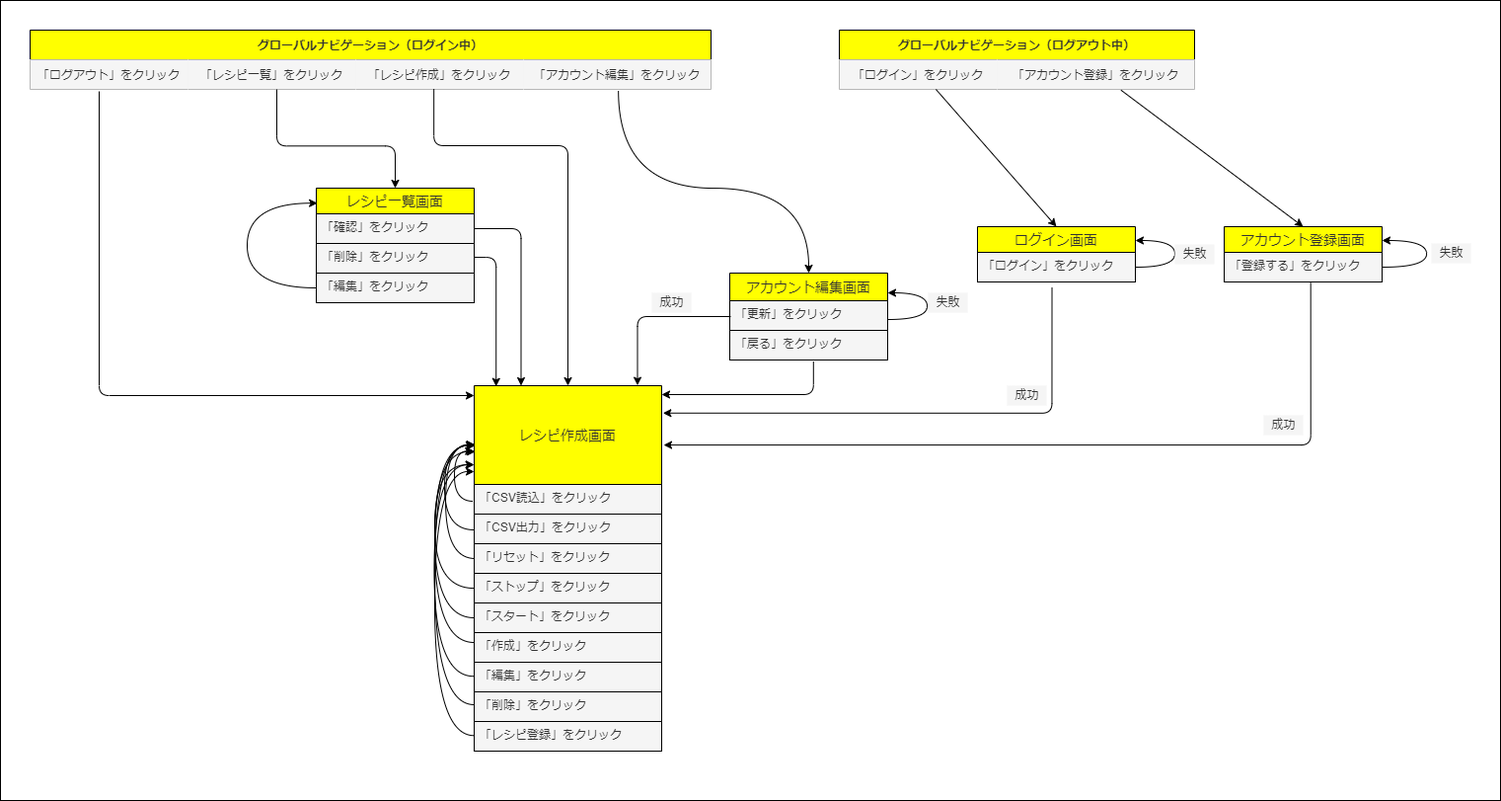
This is TimeCook_ScrTra.png from yoshihiro-kawabata/TimeCook_defenish, a draw.io export, as it was before one commit. Source tidied: cells renumbered, new cells last; positions are measured from the earlier drawing's top-left corner, leaving out a move shared by most shapes.
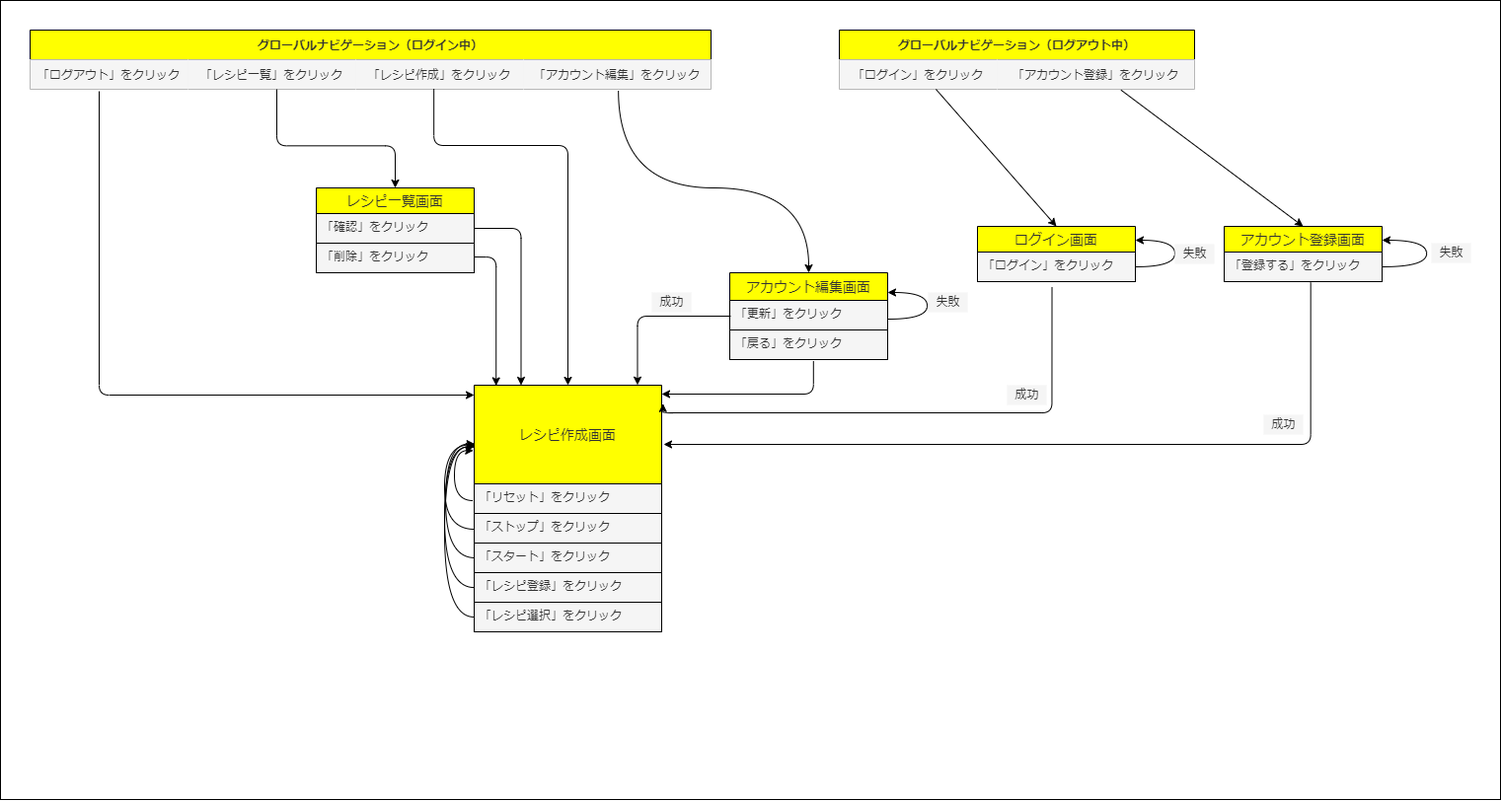
The same diagram one commit later.

Change to the diagram source:
```diff
@@ -6,16 +6,10 @@
       <mxGeometry width="1520" height="810" as="geometry" />
     </mxCell>
     <mxCell id="3" value="レシピ作成画面" style="swimlane;fontStyle=0;horizontal=1;startSize=100;align=center;fontSize=14;fontColor=#333333;fillColor=#FFFF00;strokeColor=#000000;" parent="1" vertex="1">
-      <mxGeometry x="480" y="390" width="190" height="370" as="geometry" />
+      <mxGeometry x="480" y="390" width="190" height="250" as="geometry" />
     </mxCell>
-    <mxCell id="4" value="「CSV読込」をクリック" style="text;strokeColor=#000000;fillColor=#f5f5f5;spacingLeft=4;spacingRight=4;overflow=hidden;fontSize=12;fontColor=#333333;" parent="3" vertex="1">
-      <mxGeometry y="100" width="190" height="30" as="geometry" />
-    </mxCell>
-    <mxCell id="5" value="「CSV出力」をクリック" style="text;strokeColor=#000000;fillColor=#f5f5f5;spacingLeft=4;spacingRight=4;overflow=hidden;fontSize=12;fontColor=#333333;" parent="3" vertex="1">
-      <mxGeometry y="130" width="190" height="30" as="geometry" />
-    </mxCell>
     <mxCell id="6" value="「リセット」をクリック" style="text;strokeColor=#000000;fillColor=#f5f5f5;spacingLeft=4;spacingRight=4;overflow=hidden;fontSize=12;fontColor=#333333;" parent="3" vertex="1">
-      <mxGeometry y="160" width="190" height="30" as="geometry" />
+      <mxGeometry y="100" width="190" height="30" as="geometry" />
     </mxCell>
     <mxCell id="7" style="edgeStyle=orthogonalEdgeStyle;elbow=vertical;endArrow=classic;html=1;fontSize=12;curved=1;fontColor=#000000;fillColor=#f5f5f5;strokeColor=#000000;entryX=-0.004;entryY=0.175;entryDx=0;entryDy=0;entryPerimeter=0;" parent="3" edge="1">
       <mxGeometry relative="1" as="geometry">
@@ -48,42 +42,25 @@
       </mxGeometry>
     </mxCell>
     <mxCell id="10" value="「ストップ」をクリック" style="text;strokeColor=#000000;fillColor=#f5f5f5;spacingLeft=4;spacingRight=4;overflow=hidden;fontSize=12;fontColor=#333333;" parent="3" vertex="1">
-      <mxGeometry y="190" width="190" height="30" as="geometry" />
+      <mxGeometry y="130" width="190" height="30" as="geometry" />
     </mxCell>
     <mxCell id="11" value="「スタート」をクリック" style="text;strokeColor=#000000;fillColor=#f5f5f5;spacingLeft=4;spacingRight=4;overflow=hidden;points=[[0,0.5],[1,0.5]];portConstraint=eastwest;fontSize=12;fontColor=#333333;" parent="3" vertex="1">
-      <mxGeometry y="220" width="190" height="30" as="geometry" />
+      <mxGeometry y="160" width="190" height="30" as="geometry" />
     </mxCell>
-    <mxCell id="12" value="「作成」をクリック" style="text;strokeColor=#000000;fillColor=#f5f5f5;spacingLeft=4;spacingRight=4;overflow=hidden;fontSize=12;fontColor=#333333;" parent="3" vertex="1">
-      <mxGeometry y="250" width="190" height="30" as="geometry" />
-    </mxCell>
-    <mxCell id="13" value="「編集」をクリック" style="text;strokeColor=#000000;fillColor=#f5f5f5;spacingLeft=4;spacingRight=4;overflow=hidden;fontSize=12;fontColor=#333333;" parent="3" vertex="1">
-      <mxGeometry y="280" width="190" height="30" as="geometry" />
-    </mxCell>
-    <mxCell id="14" value="「削除」をクリック" style="text;strokeColor=#000000;fillColor=#f5f5f5;spacingLeft=4;spacingRight=4;overflow=hidden;fontSize=12;fontColor=#333333;" parent="3" vertex="1">
-      <mxGeometry y="310" width="190" height="30" as="geometry" />
-    </mxCell>
-    <mxCell id="15" style="edgeStyle=orthogonalEdgeStyle;elbow=vertical;endArrow=classic;html=1;fontSize=12;curved=1;exitX=0;exitY=0.5;exitDx=0;exitDy=0;fontColor=#000000;fillColor=#f5f5f5;strokeColor=#000000;entryX=0;entryY=0.156;entryDx=0;entryDy=0;entryPerimeter=0;" parent="3" edge="1">
-      <mxGeometry relative="1" as="geometry">
-        <mxPoint y="323" as="sourcePoint" />
-        <mxPoint y="60.4" as="targetPoint" />
-        <Array as="points">
-          <mxPoint x="-40" y="323" />
-          <mxPoint x="-40" y="60" />
-        </Array>
-      </mxGeometry>
-    </mxCell>
     <mxCell id="16" value="「レシピ登録」をクリック" style="text;strokeColor=#000000;fillColor=#f5f5f5;spacingLeft=4;spacingRight=4;overflow=hidden;fontSize=12;fontColor=#333333;" parent="3" vertex="1">
-      <mxGeometry y="340" width="190" height="30" as="geometry" />
+      <mxGeometry y="190" width="190" height="30" as="geometry" />
     </mxCell>
-    <mxCell id="17" style="edgeStyle=orthogonalEdgeStyle;elbow=vertical;endArrow=classic;html=1;fontSize=12;curved=1;exitX=0;exitY=0.5;exitDx=0;exitDy=0;fontColor=#000000;fillColor=#f5f5f5;strokeColor=#000000;entryX=0.006;entryY=0.172;entryDx=0;entryDy=0;entryPerimeter=0;" parent="3" edge="1" source="11">
-      <mxGeometry relative="1" as="geometry">
-        <mxPoint x="1.1" y="66.8" as="targetPoint" />
-        <Array as="points">
-          <mxPoint x="-40" y="235" />
-          <mxPoint x="-40" y="67" />
-        </Array>
-      </mxGeometry>
+    <mxCell id="17" value="「レシピ選択」をクリック" style="text;strokeColor=#000000;fillColor=#f5f5f5;spacingLeft=4;spacingRight=4;overflow=hidden;points=[[0,0.5],[1,0.5]];portConstraint=eastwest;fontSize=12;fontColor=#333333;" parent="3" vertex="1">
+      <mxGeometry y="220" width="190" height="30" as="geometry" />
     </mxCell>
+    <mxCell id="65" style="edgeStyle=orthogonalEdgeStyle;elbow=vertical;endArrow=classic;html=1;fontSize=12;curved=1;exitX=0;exitY=0.5;exitDx=0;exitDy=0;fontColor=#000000;fillColor=#f5f5f5;strokeColor=#000000;entryX=0;entryY=0.25;entryDx=0;entryDy=0;" parent="3" edge="1" source="17" target="3">
+      <mxGeometry relative="1" as="geometry">
+        <Array as="points">
+          <mxPoint x="-30" y="235" />
+          <mxPoint x="-30" y="62" />
+        </Array>
+      </mxGeometry>
+    </mxCell>
     <mxCell id="18" value="グローバルナビゲーション（ログアウト中）" style="shape=table;startSize=30;rowLines=0;fontStyle=1;align=center;strokeColor=#000000;fontColor=#333333;fillColor=#FFFF00;" parent="1" vertex="1">
       <mxGeometry x="850" y="30" width="360" height="60" as="geometry" />
     </mxCell>
@@ -115,7 +92,7 @@
       <mxGeometry x="500" width="190" height="30" as="geometry" />
     </mxCell>
     <mxCell id="28" value="レシピ一覧画面" style="swimlane;fontStyle=0;horizontal=1;startSize=26;align=center;fontSize=14;fontColor=#333333;fillColor=#FFFF00;strokeColor=#000000;" parent="1" vertex="1">
-      <mxGeometry x="320" y="190" width="160" height="116" as="geometry" />
+      <mxGeometry x="320" y="190" width="160" height="86" as="geometry" />
     </mxCell>
     <mxCell id="29" value="「確認」をクリック" style="text;strokeColor=#000000;fillColor=#f5f5f5;spacingLeft=4;spacingRight=4;overflow=hidden;points=[[0,0.5],[1,0.5]];portConstraint=eastwest;fontSize=12;fontColor=#333333;" parent="28" vertex="1">
       <mxGeometry y="26" width="160" height="30" as="geometry" />
@@ -123,17 +100,6 @@
     <mxCell id="30" value="「削除」をクリック" style="text;strokeColor=#000000;fillColor=#f5f5f5;spacingLeft=4;spacingRight=4;overflow=hidden;fontSize=12;fontColor=#333333;" parent="28" vertex="1">
       <mxGeometry y="56" width="160" height="30" as="geometry" />
     </mxCell>
-    <mxCell id="31" value="「編集」をクリック" style="text;strokeColor=#000000;fillColor=#f5f5f5;spacingLeft=4;spacingRight=4;overflow=hidden;points=[[0,0.5],[1,0.5]];portConstraint=eastwest;fontSize=12;fontColor=#333333;" parent="28" vertex="1">
-      <mxGeometry y="86" width="160" height="30" as="geometry" />
-    </mxCell>
-    <mxCell id="32" style="edgeStyle=orthogonalEdgeStyle;elbow=vertical;endArrow=classic;html=1;fontSize=12;curved=1;entryX=0.007;entryY=0.131;entryDx=0;entryDy=0;entryPerimeter=0;fontColor=#000000;fillColor=#f5f5f5;strokeColor=#000000;exitX=0;exitY=0.5;exitDx=0;exitDy=0;" parent="28" edge="1" source="31" target="28">
-      <mxGeometry relative="1" as="geometry">
-        <Array as="points">
-          <mxPoint x="-70" y="101" />
-          <mxPoint x="-70" y="15" />
-        </Array>
-      </mxGeometry>
-    </mxCell>
     <mxCell id="33" value="アカウント登録画面" style="swimlane;fontStyle=0;horizontal=1;startSize=26;align=center;fontSize=14;fontColor=#333333;fillColor=#FFFF00;strokeColor=#000000;" parent="1" vertex="1">
       <mxGeometry x="1240" y="229" width="160" height="56" as="geometry" />
     </mxCell>
@@ -313,45 +279,14 @@
         </Array>
       </mxGeometry>
     </mxCell>
-    <mxCell id="61" style="edgeStyle=orthogonalEdgeStyle;elbow=vertical;endArrow=classic;html=1;fontSize=12;curved=1;exitX=0;exitY=0.5;exitDx=0;exitDy=0;fontColor=#000000;fillColor=#f5f5f5;strokeColor=#000000;entryX=-0.002;entryY=0.161;entryDx=0;entryDy=0;entryPerimeter=0;" parent="1" edge="1">
+    <mxCell id="61" style="edgeStyle=orthogonalEdgeStyle;elbow=vertical;endArrow=classic;html=1;fontSize=12;curved=1;exitX=0;exitY=0.5;exitDx=0;exitDy=0;fontColor=#000000;fillColor=#f5f5f5;strokeColor=#000000;entryX=0;entryY=0.25;entryDx=0;entryDy=0;" parent="1" edge="1" target="3">
       <mxGeometry relative="1" as="geometry">
         <mxPoint x="480" y="595.1" as="sourcePoint" />
-        <mxPoint x="479.6" y="470" as="targetPoint" />
         <Array as="points">
-          <mxPoint x="440" y="595.1" />
-          <mxPoint x="440" y="470.1" />
+          <mxPoint x="450" y="595" />
+          <mxPoint x="450" y="453" />
         </Array>
       </mxGeometry>
     </mxCell>
-    <mxCell id="62" style="edgeStyle=orthogonalEdgeStyle;elbow=vertical;endArrow=classic;html=1;fontSize=12;curved=1;exitX=0;exitY=0.5;exitDx=0;exitDy=0;fontColor=#000000;fillColor=#f5f5f5;strokeColor=#000000;entryX=0.003;entryY=0.164;entryDx=0;entryDy=0;entryPerimeter=0;" parent="1" edge="1">
-      <mxGeometry relative="1" as="geometry">
-        <mxPoint x="479.4" y="684.2" as="sourcePoint" />
-        <mxPoint x="480" y="470.1" as="targetPoint" />
-        <Array as="points">
-          <mxPoint x="439.4" y="684.2" />
-          <mxPoint x="439.4" y="470.2" />
-        </Array>
-      </mxGeometry>
-    </mxCell>
-    <mxCell id="63" style="edgeStyle=orthogonalEdgeStyle;elbow=vertical;endArrow=classic;html=1;fontSize=12;curved=1;exitX=0;exitY=0.5;exitDx=0;exitDy=0;fontColor=#000000;fillColor=#f5f5f5;strokeColor=#000000;entryX=0;entryY=0.156;entryDx=0;entryDy=0;entryPerimeter=0;" parent="1" edge="1">
-      <mxGeometry relative="1" as="geometry">
-        <mxPoint x="480" y="744.3" as="sourcePoint" />
-        <mxPoint x="480" y="477" as="targetPoint" />
-        <Array as="points">
-          <mxPoint x="440" y="744.3" />
-          <mxPoint x="440" y="477.3" />
-        </Array>
-      </mxGeometry>
-    </mxCell>
-    <mxCell id="64" style="edgeStyle=orthogonalEdgeStyle;elbow=vertical;endArrow=classic;html=1;fontSize=12;curved=1;exitX=0;exitY=0.5;exitDx=0;exitDy=0;fontColor=#000000;fillColor=#f5f5f5;strokeColor=#000000;entryX=0.003;entryY=0.164;entryDx=0;entryDy=0;entryPerimeter=0;" parent="1" edge="1">
-      <mxGeometry relative="1" as="geometry">
-        <mxPoint x="480" y="650" as="sourcePoint" />
-        <mxPoint x="480.6" y="450.6" as="targetPoint" />
-        <Array as="points">
-          <mxPoint x="440" y="650" />
-          <mxPoint x="440" y="451" />
-        </Array>
-      </mxGeometry>
-    </mxCell>
   </root>
 </mxGraphModel>
```
